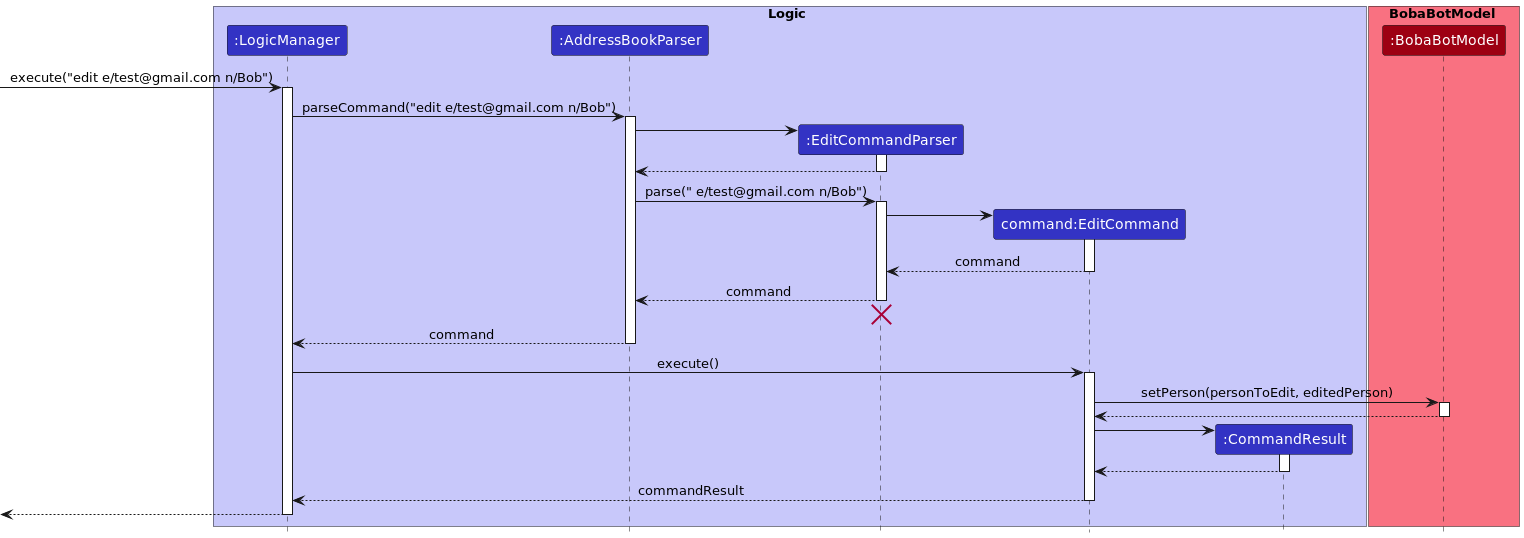
Earlier version of the PlantUML export docs/images/EditSequenceDiagram.png (nus-cs2103-AY2223S1/tp).
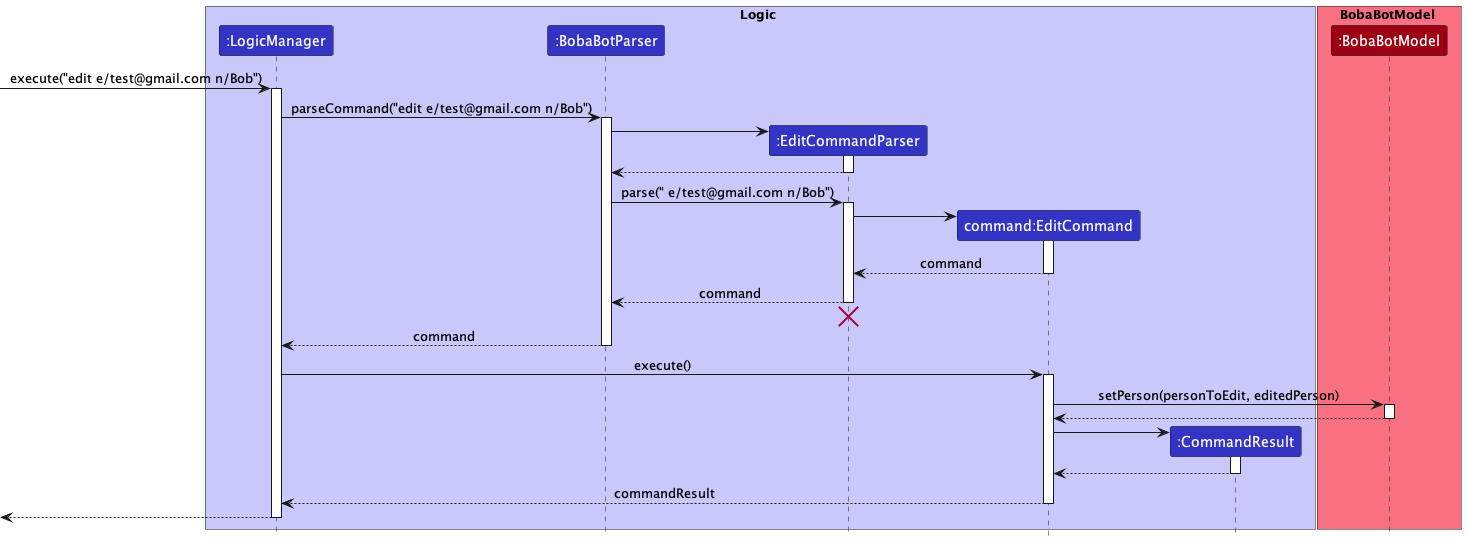
After the change.

Diff of the diagram source:
```diff
@@ -3,7 +3,7 @@
 
 box Logic LOGIC_COLOR_T1
 participant ":LogicManager" as LogicManager LOGIC_COLOR
-participant ":AddressBookParser" as AddressBookParser LOGIC_COLOR
+participant ":BobaBotParser" as BobaBotParser LOGIC_COLOR
 participant ":EditCommandParser" as EditCommandParser LOGIC_COLOR
 participant "command:EditCommand" as EditCommand LOGIC_COLOR
 participant ":CommandResult" as CommandResult LOGIC_COLOR
@@ -16,15 +16,15 @@
 [-> LogicManager : execute("edit e/test@gmail.com n/Bob")
 activate LogicManager
 
-LogicManager -> AddressBookParser : parseCommand("edit e/test@gmail.com n/Bob")
-activate AddressBookParser
+LogicManager -> BobaBotParser : parseCommand("edit e/test@gmail.com n/Bob")
+activate BobaBotParser
 
 create EditCommandParser
-AddressBookParser -> EditCommandParser
+BobaBotParser -> EditCommandParser
 activate EditCommandParser
 return
 
-AddressBookParser -> EditCommandParser : parse(" e/test@gmail.com n/Bob")
+BobaBotParser -> EditCommandParser : parse(" e/test@gmail.com n/Bob")
 activate EditCommandParser
 
 create EditCommand
@@ -35,13 +35,13 @@
 
 deactivate EditCommand
 
-EditCommandParser --> AddressBookParser : command
+EditCommandParser --> BobaBotParser : command
 deactivate EditCommandParser
-EditCommandParser -[hidden]-> AddressBookParser
+EditCommandParser -[hidden]-> BobaBotParser
 destroy EditCommandParser
 
-AddressBookParser --> LogicManager : command
-deactivate AddressBookParser
+BobaBotParser --> LogicManager : command
+deactivate BobaBotParser
 
 LogicManager -> EditCommand : execute()
 activate EditCommand
```
